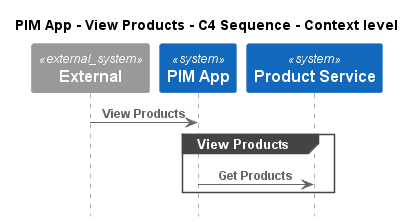
C4InterFlow/architecture-as-code-samples keeps this PlantUML diagram as e-commerce-platform/Software Systems/PIM App/Interfaces/View Products/Context - C4 Sequence.png. Above is the earlier version.
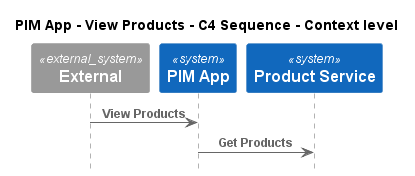
After the change.

Change to the diagram source:
```diff
@@ -9,9 +9,7 @@
 System(ECommercePlatform.SoftwareSystems.ProductService, "Product Service", "")
 
 Rel(C4InterFlow.SoftwareSystems.ExternalSystem, ECommercePlatform.SoftwareSystems.PIMApp, "View Products")
-group View Products
 Rel(ECommercePlatform.SoftwareSystems.PIMApp, ECommercePlatform.SoftwareSystems.ProductService, "Get Products")
-end
 
 
 @enduml
```
